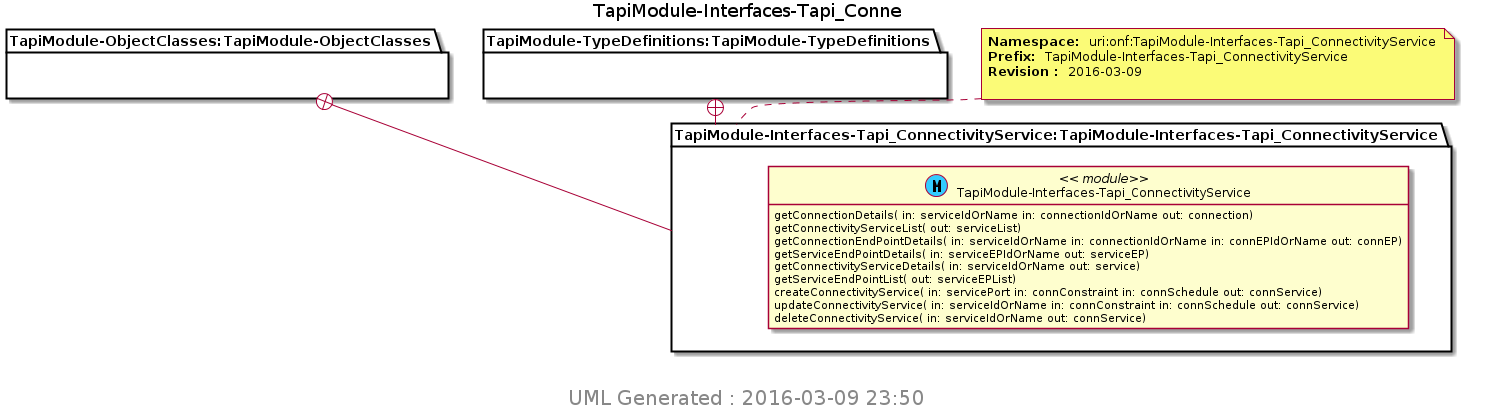
Open-Network-Models-and-Interfaces-ONMI/TAPI keeps this PlantUML diagram as TransportAPI/YANG/pyang_uml/TapiModule-Interfaces-Tapi_Conne.png. Above is the earlier version.
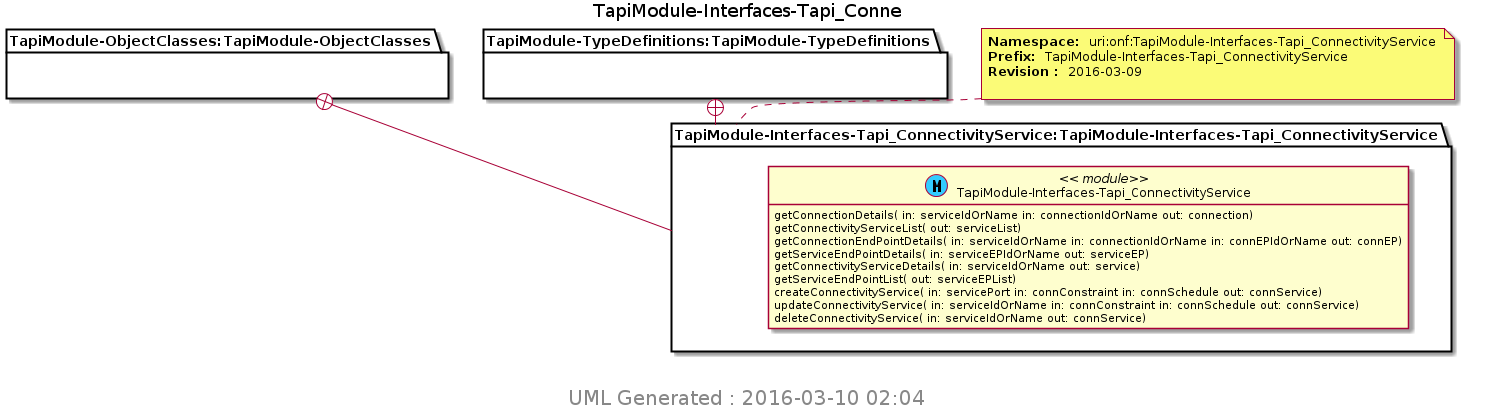
The same diagram one commit later.

What changed in the source:
```diff
@@ -29,6 +29,6 @@
 }
 
 center footer
- <size:20> UML Generated : 2016-03-09 23:50 </size>
+ <size:20> UML Generated : 2016-03-10 02:04 </size>
  endfooter
 @enduml
```
